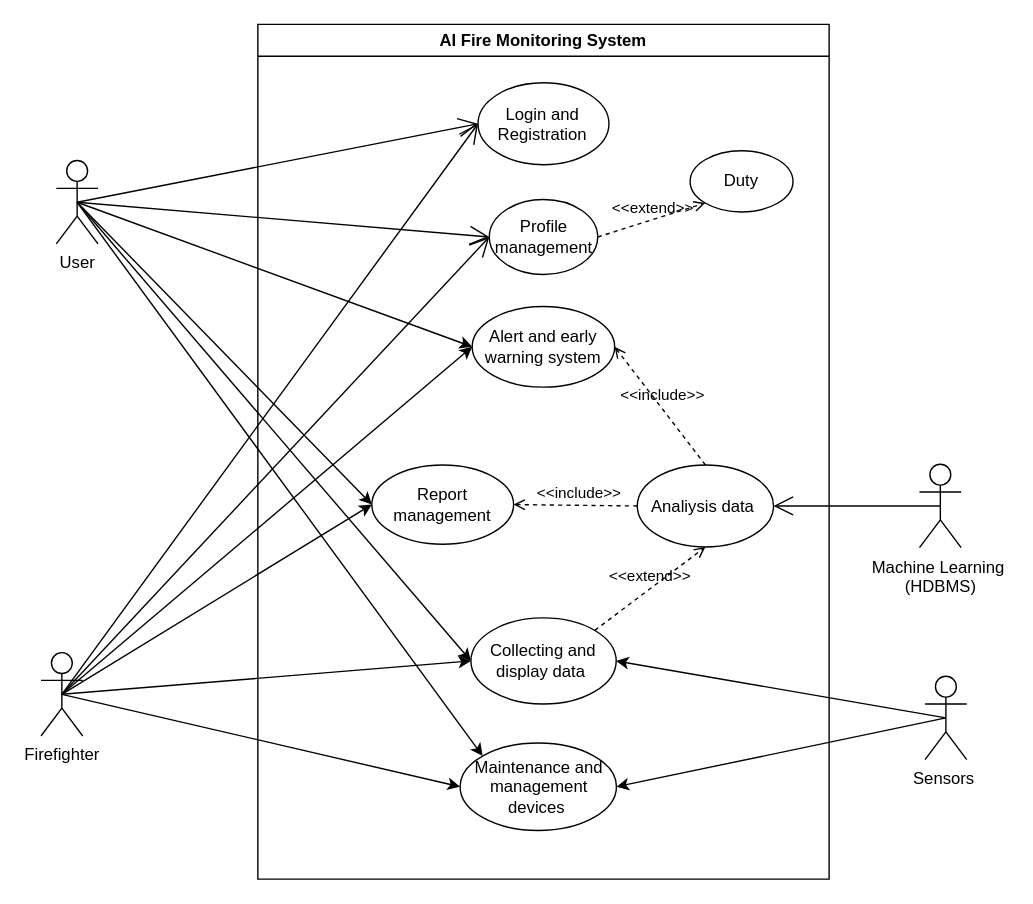
Earlier version of the draw.io diagram page "Use case" (2 of 21) of doc/PSM.drawio (SNFASA/AI-Fire-Monitoring-System). Source tidied: cells renumbered, new cells numbered last; positions are measured from the earlier drawing's top-left corner, leaving out a move shared by most shapes. Both pictures are drawn from the tidied source at 139%, with x=0, y=0 at pixel (40, 24).
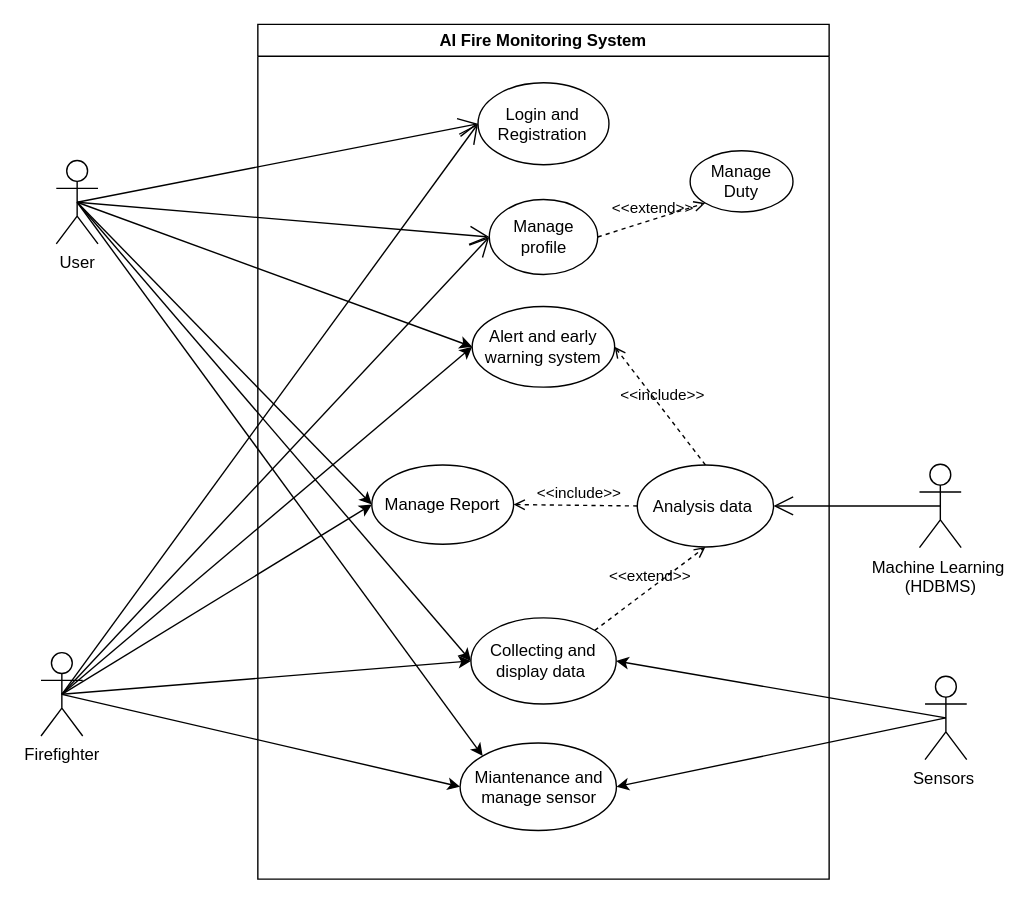
The same page after the edit.

Unchanged cells that the change refers to:
```xml
<mxCell id="2" value="AI Fire Monitoring System" style="swimlane;whiteSpace=wrap;html=1;" parent="1" vertex="1">
  <mxGeometry x="156" width="411" height="615" as="geometry" />
</mxCell>
```

Change to the diagram source:
```diff
@@
-    <mxCell id="5" value="Analiysis data&amp;nbsp;" style="ellipse;whiteSpace=wrap;html=1;" parent="2" vertex="1">
+    <mxCell id="5" value="Analysis data&amp;nbsp;" style="ellipse;whiteSpace=wrap;html=1;" parent="2" vertex="1">
       <mxGeometry x="273" y="317" width="98" height="59" as="geometry" />
     </mxCell>
@@
-    <mxCell id="7" value="Report management" style="ellipse;whiteSpace=wrap;html=1;" parent="2" vertex="1">
+    <mxCell id="7" value="Manage Report" style="ellipse;whiteSpace=wrap;html=1;" parent="2" vertex="1">
       <mxGeometry x="82" y="317" width="102" height="57" as="geometry" />
     </mxCell>
-    <mxCell id="8" value="Maintenance and management devices&amp;nbsp;" style="ellipse;whiteSpace=wrap;html=1;" parent="2" vertex="1">
+    <mxCell id="8" value="Miantenance and manage sensor" style="ellipse;whiteSpace=wrap;html=1;" parent="2" vertex="1">
       <mxGeometry x="145.5" y="517" width="112.5" height="63" as="geometry" />
     </mxCell>
@@
-    <mxCell id="12" value="Profile management" style="ellipse;whiteSpace=wrap;html=1;" parent="2" vertex="1">
+    <mxCell id="12" value="Manage profile" style="ellipse;whiteSpace=wrap;html=1;" parent="2" vertex="1">
       <mxGeometry x="166.5" y="126" width="78" height="54" as="geometry" />
     </mxCell>
-    <mxCell id="13" value="Duty" style="ellipse;whiteSpace=wrap;html=1;" parent="2" vertex="1">
+    <mxCell id="13" value="Manage&lt;div&gt;Duty&lt;/div&gt;" style="ellipse;whiteSpace=wrap;html=1;" parent="2" vertex="1">
       <mxGeometry x="311" y="91" width="74" height="44" as="geometry" />
     </mxCell>
```
